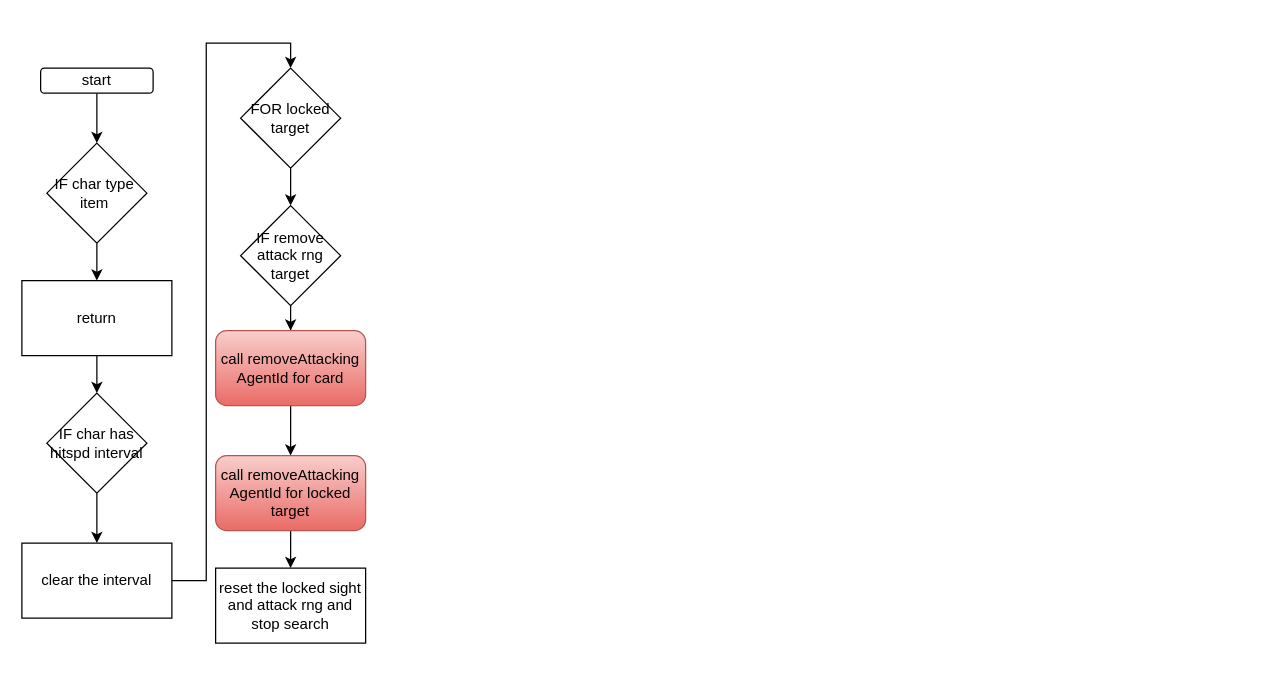
The draw.io diagram card/resetCard.drawio in sivagit/diagrams, before the edit. Source tidied: cells renumbered, new cells numbered last; positions are measured from the earlier drawing's top-left corner, leaving out a move shared by most shapes. Both pictures are drawn from the tidied source at 125%, with x=0, y=0 at pixel (21, 68).
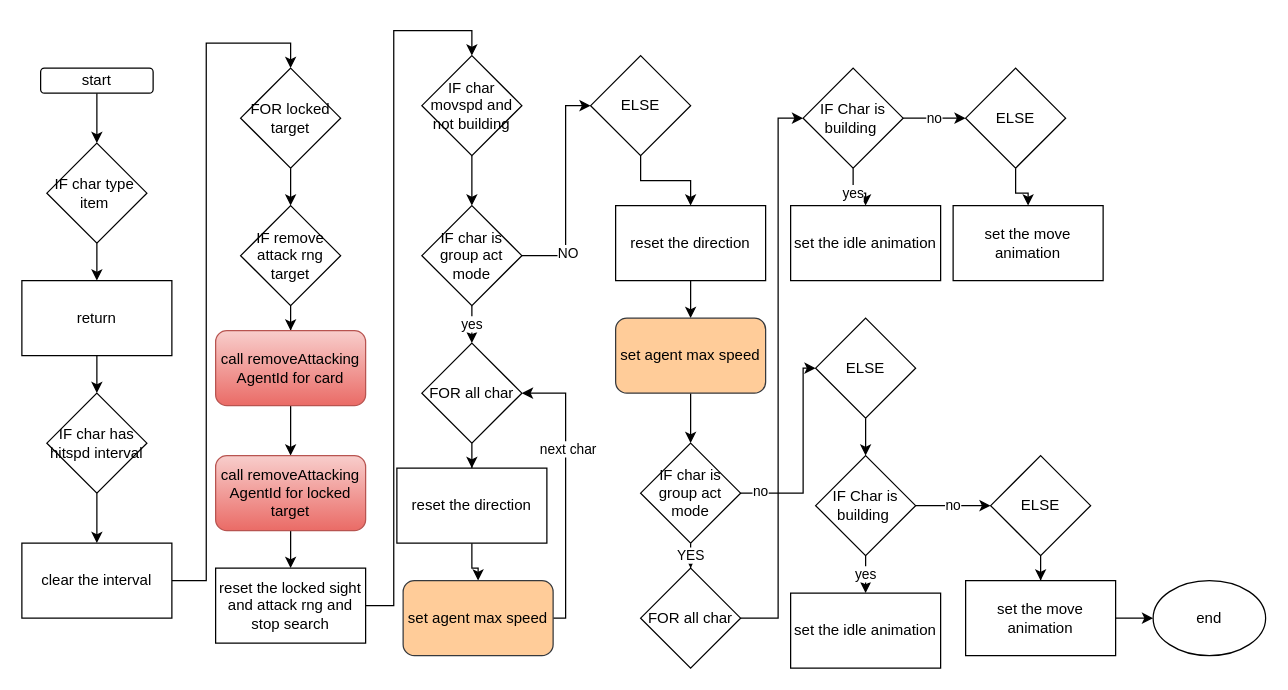
The same diagram, later.

Unchanged cells that the change refers to:
```xml
<mxCell id="20" value="reset the locked sight and attack rng and stop search" style="rounded=0;whiteSpace=wrap;html=1;" parent="1" vertex="1">
  <mxGeometry x="155" y="400" width="120" height="60" as="geometry" />
</mxCell>
```

What changed in the source:
```diff
@@
+    <mxCell id="21" style="edgeStyle=orthogonalEdgeStyle;rounded=0;jettySize=auto;html=1;entryX=0.5;entryY=0;entryDx=0;entryDy=0;" parent="1" edge="1" source="20" target="23">
+      <mxGeometry relative="1" as="geometry" />
+    </mxCell>
@@
+    <mxCell id="22" style="edgeStyle=orthogonalEdgeStyle;rounded=0;jettySize=auto;html=1;" parent="1" edge="1" source="23" target="27">
+      <mxGeometry relative="1" as="geometry" />
+    </mxCell>
+    <mxCell id="23" value="IF char movspd and not building" style="rhombus;whiteSpace=wrap;html=1;" parent="1" vertex="1">
+      <mxGeometry x="320" y="-10" width="80" height="80" as="geometry" />
+    </mxCell>
+    <mxCell id="24" value="yes" style="edgeStyle=orthogonalEdgeStyle;rounded=0;jettySize=auto;html=1;" parent="1" edge="1" source="27" target="29">
+      <mxGeometry relative="1" as="geometry">
+        <Array as="points">
+          <mxPoint x="360" y="200" />
+          <mxPoint x="360" y="200" />
+        </Array>
+      </mxGeometry>
+    </mxCell>
+    <mxCell id="25" style="edgeStyle=orthogonalEdgeStyle;rounded=0;jettySize=auto;html=1;" parent="1" edge="1" source="27" target="36">
+      <mxGeometry relative="1" as="geometry">
+        <Array as="points">
+          <mxPoint x="435" y="150" />
+          <mxPoint x="435" y="30" />
+        </Array>
+      </mxGeometry>
+    </mxCell>
+    <mxCell id="26" value="NO" style="edgeLabel;html=1;align=center;verticalAlign=middle;" parent="25" vertex="1">
+      <mxGeometry x="-0.57" y="-1" relative="1" as="geometry" />
+    </mxCell>
+    <mxCell id="27" value="IF char is group act mode" style="rhombus;whiteSpace=wrap;html=1;" parent="1" vertex="1">
+      <mxGeometry x="320" y="110" width="80" height="80" as="geometry" />
+    </mxCell>
+    <mxCell id="28" style="edgeStyle=orthogonalEdgeStyle;rounded=0;jettySize=auto;html=1;" parent="1" edge="1" source="29" target="31">
+      <mxGeometry relative="1" as="geometry" />
+    </mxCell>
+    <mxCell id="29" value="FOR all char" style="rhombus;whiteSpace=wrap;html=1;" parent="1" vertex="1">
+      <mxGeometry x="320" y="220" width="80" height="80" as="geometry" />
+    </mxCell>
+    <mxCell id="30" style="edgeStyle=orthogonalEdgeStyle;rounded=0;jettySize=auto;html=1;" parent="1" edge="1" source="31" target="34">
+      <mxGeometry relative="1" as="geometry" />
+    </mxCell>
+    <mxCell id="31" value="reset the direction" style="whiteSpace=wrap;html=1;" parent="1" vertex="1">
+      <mxGeometry x="300" y="320" width="120" height="60" as="geometry" />
+    </mxCell>
+    <mxCell id="32" style="edgeStyle=orthogonalEdgeStyle;rounded=0;jettySize=auto;html=1;entryX=1;entryY=0.5;entryDx=0;entryDy=0;" parent="1" edge="1" source="34" target="29">
+      <mxGeometry relative="1" as="geometry">
+        <Array as="points">
+          <mxPoint x="435" y="440" />
+          <mxPoint x="435" y="260" />
+        </Array>
+      </mxGeometry>
+    </mxCell>
+    <mxCell id="33" value="next char" style="edgeLabel;html=1;align=center;verticalAlign=middle;" parent="32" vertex="1">
+      <mxGeometry x="0.3" y="-1" relative="1" as="geometry" />
+    </mxCell>
+    <mxCell id="34" value="set agent max speed" style="rounded=1;whiteSpace=wrap;html=1;fillColor=#ffcc99;strokeColor=#36393d;" parent="1" vertex="1">
+      <mxGeometry x="305" y="410" width="120" height="60" as="geometry" />
+    </mxCell>
+    <mxCell id="35" style="edgeStyle=orthogonalEdgeStyle;rounded=0;jettySize=auto;html=1;entryX=0.5;entryY=0;entryDx=0;entryDy=0;" parent="1" edge="1" source="36" target="38">
+      <mxGeometry relative="1" as="geometry" />
+    </mxCell>
+    <mxCell id="36" value="ELSE" style="rhombus;whiteSpace=wrap;html=1;" parent="1" vertex="1">
+      <mxGeometry x="455" y="-10" width="80" height="80" as="geometry" />
+    </mxCell>
+    <mxCell id="37" style="edgeStyle=orthogonalEdgeStyle;rounded=0;jettySize=auto;html=1;" parent="1" edge="1" source="38" target="40">
+      <mxGeometry relative="1" as="geometry" />
+    </mxCell>
+    <mxCell id="38" value="reset the direction" style="whiteSpace=wrap;html=1;" parent="1" vertex="1">
+      <mxGeometry x="475" y="110" width="120" height="60" as="geometry" />
+    </mxCell>
+    <mxCell id="39" style="edgeStyle=orthogonalEdgeStyle;rounded=0;jettySize=auto;html=1;" parent="1" edge="1" source="40" target="44">
+      <mxGeometry relative="1" as="geometry" />
+    </mxCell>
+    <mxCell id="40" value="set agent max speed" style="rounded=1;whiteSpace=wrap;html=1;fillColor=#ffcc99;strokeColor=#36393d;" parent="1" vertex="1">
+      <mxGeometry x="475" y="200" width="120" height="60" as="geometry" />
+    </mxCell>
+    <mxCell id="41" value="YES" style="edgeStyle=orthogonalEdgeStyle;rounded=0;jettySize=auto;html=1;" parent="1" edge="1" source="44" target="46">
+      <mxGeometry relative="1" as="geometry" />
+    </mxCell>
+    <mxCell id="42" style="edgeStyle=orthogonalEdgeStyle;rounded=0;jettySize=auto;html=1;" parent="1" edge="1" source="44" target="55">
+      <mxGeometry relative="1" as="geometry">
+        <Array as="points">
+          <mxPoint x="625" y="340" />
+          <mxPoint x="625" y="240" />
+        </Array>
+      </mxGeometry>
+    </mxCell>
+    <mxCell id="43" value="no" style="edgeLabel;html=1;align=center;verticalAlign=middle;" parent="42" vertex="1">
+      <mxGeometry x="-0.81" y="2" relative="1" as="geometry" />
+    </mxCell>
+    <mxCell id="44" value="IF char is group act mode" style="rhombus;whiteSpace=wrap;html=1;" parent="1" vertex="1">
+      <mxGeometry x="495" y="300" width="80" height="80" as="geometry" />
+    </mxCell>
+    <mxCell id="45" style="edgeStyle=orthogonalEdgeStyle;rounded=0;jettySize=auto;html=1;" parent="1" edge="1" source="46" target="49">
+      <mxGeometry relative="1" as="geometry">
+        <Array as="points">
+          <mxPoint x="605" y="440" />
+          <mxPoint x="605" y="40" />
+        </Array>
+      </mxGeometry>
+    </mxCell>
+    <mxCell id="46" value="FOR all char" style="rhombus;whiteSpace=wrap;html=1;" parent="1" vertex="1">
+      <mxGeometry x="495" y="400" width="80" height="80" as="geometry" />
+    </mxCell>
+    <mxCell id="47" value="yes" style="edgeStyle=orthogonalEdgeStyle;rounded=0;jettySize=auto;html=1;" parent="1" edge="1" source="49" target="50">
+      <mxGeometry relative="1" as="geometry" />
+    </mxCell>
+    <mxCell id="48" value="no" style="edgeStyle=orthogonalEdgeStyle;rounded=0;jettySize=auto;html=1;" parent="1" edge="1" source="49" target="52">
+      <mxGeometry relative="1" as="geometry" />
+    </mxCell>
+    <mxCell id="49" value="IF Char is building&amp;nbsp;" style="rhombus;whiteSpace=wrap;html=1;" parent="1" vertex="1">
+      <mxGeometry x="625" width="80" height="80" as="geometry" />
+    </mxCell>
+    <mxCell id="50" value="set the idle animation" style="whiteSpace=wrap;html=1;" parent="1" vertex="1">
+      <mxGeometry x="615" y="110" width="120" height="60" as="geometry" />
+    </mxCell>
+    <mxCell id="51" style="edgeStyle=orthogonalEdgeStyle;rounded=0;jettySize=auto;html=1;" parent="1" edge="1" source="52" target="53">
+      <mxGeometry relative="1" as="geometry" />
+    </mxCell>
+    <mxCell id="52" value="ELSE" style="rhombus;whiteSpace=wrap;html=1;" parent="1" vertex="1">
+      <mxGeometry x="755" width="80" height="80" as="geometry" />
+    </mxCell>
+    <mxCell id="53" value="set the move animation" style="whiteSpace=wrap;html=1;" parent="1" vertex="1">
+      <mxGeometry x="745" y="110" width="120" height="60" as="geometry" />
+    </mxCell>
+    <mxCell id="54" style="edgeStyle=orthogonalEdgeStyle;rounded=0;jettySize=auto;html=1;" parent="1" edge="1" source="55" target="58">
+      <mxGeometry relative="1" as="geometry" />
+    </mxCell>
+    <mxCell id="55" value="ELSE" style="rhombus;whiteSpace=wrap;html=1;" parent="1" vertex="1">
+      <mxGeometry x="635" y="200" width="80" height="80" as="geometry" />
+    </mxCell>
+    <mxCell id="56" value="yes" style="edgeStyle=orthogonalEdgeStyle;rounded=0;jettySize=auto;html=1;" parent="1" edge="1" source="58" target="59">
+      <mxGeometry relative="1" as="geometry" />
+    </mxCell>
+    <mxCell id="57" value="no" style="edgeStyle=orthogonalEdgeStyle;rounded=0;jettySize=auto;html=1;" parent="1" edge="1" source="58" target="61">
+      <mxGeometry relative="1" as="geometry">
+        <Array as="points">
+          <mxPoint x="735" y="350" />
+          <mxPoint x="735" y="350" />
+        </Array>
+      </mxGeometry>
+    </mxCell>
+    <mxCell id="58" value="IF Char is building&amp;nbsp;" style="rhombus;whiteSpace=wrap;html=1;" parent="1" vertex="1">
+      <mxGeometry x="635" y="310" width="80" height="80" as="geometry" />
+    </mxCell>
+    <mxCell id="59" value="set the idle animation" style="whiteSpace=wrap;html=1;" parent="1" vertex="1">
+      <mxGeometry x="615" y="420" width="120" height="60" as="geometry" />
+    </mxCell>
+    <mxCell id="60" style="edgeStyle=orthogonalEdgeStyle;rounded=0;jettySize=auto;html=1;" parent="1" edge="1" source="61" target="63">
+      <mxGeometry relative="1" as="geometry" />
+    </mxCell>
+    <mxCell id="61" value="ELSE" style="rhombus;whiteSpace=wrap;html=1;" parent="1" vertex="1">
+      <mxGeometry x="775" y="310" width="80" height="80" as="geometry" />
+    </mxCell>
+    <mxCell id="62" style="edgeStyle=orthogonalEdgeStyle;rounded=0;jettySize=auto;html=1;" parent="1" edge="1" source="63" target="64">
+      <mxGeometry relative="1" as="geometry" />
+    </mxCell>
+    <mxCell id="63" value="set the move animation" style="whiteSpace=wrap;html=1;" parent="1" vertex="1">
+      <mxGeometry x="755" y="410" width="120" height="60" as="geometry" />
+    </mxCell>
+    <mxCell id="64" value="end" style="ellipse;whiteSpace=wrap;html=1;" parent="1" vertex="1">
+      <mxGeometry x="905" y="410" width="90" height="60" as="geometry" />
+    </mxCell>
```
